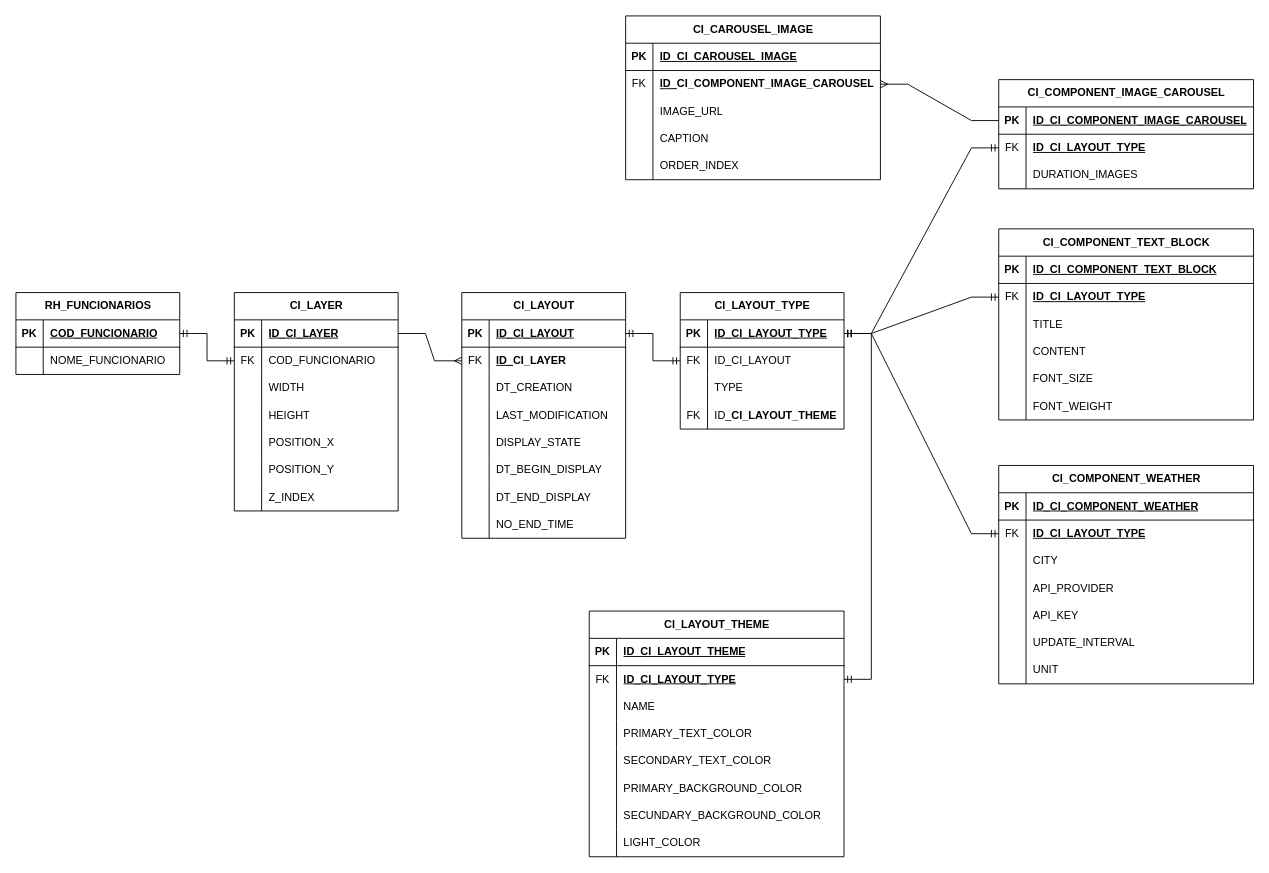
giovaniGuidetti/PHP_with_docker keeps this draw.io diagram as Diagrama_Publicidade_SEMAE.drawio. Above is the earlier version. Source tidied: cells renumbered, new cells numbered last; positions are measured from the earlier drawing's top-left corner, leaving out a move shared by most shapes. Both pictures are drawn from the tidied source at 91%, with x=0, y=0 at pixel (-40, 15).
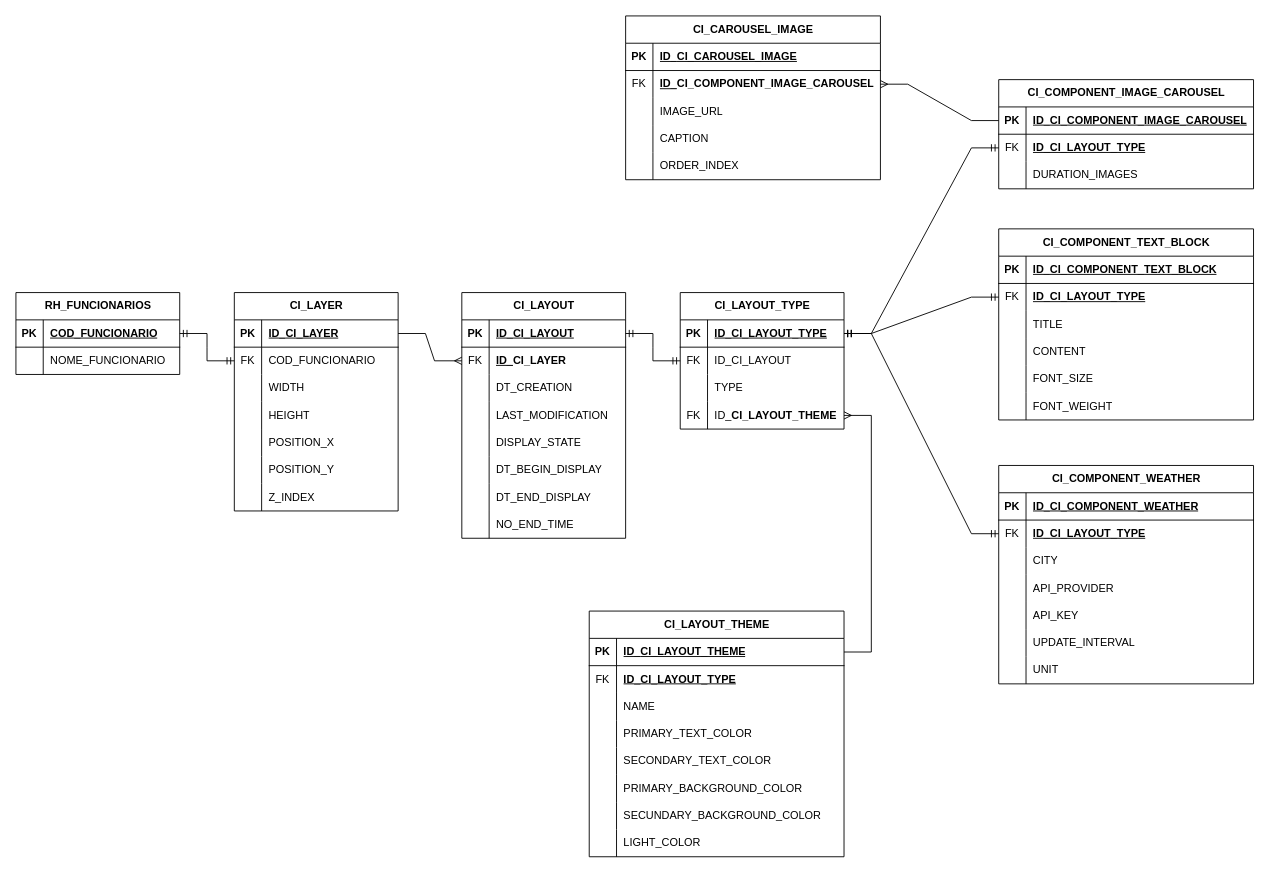
After the change.

Commit message (it also covers changes not shown here):
Correção de mudanças

The change refers to these unchanged cells:
```xml
<mxCell id="36" style="shape=tableRow;horizontal=0;startSize=0;swimlaneHead=0;swimlaneBody=0;fillColor=none;points=[[0,0.5],[1,0.5]];portConstraint=eastwest;top=0;left=0;right=0;bottom=1;" parent="35" vertex="1">
  <mxGeometry y="30" width="180" height="30" as="geometry" />
</mxCell>
<mxCell id="45" style="shape=tableRow;horizontal=0;startSize=0;swimlaneHead=0;swimlaneBody=0;fillColor=none;points=[[0,0.5],[1,0.5]];portConstraint=eastwest;top=0;left=0;right=0;bottom=0;" parent="35" vertex="1">
  <mxGeometry y="120" width="180" height="30" as="geometry" />
</mxCell>
<mxCell id="120" style="shape=tableRow;horizontal=0;startSize=0;swimlaneHead=0;swimlaneBody=0;fillColor=none;points=[[0,0.5],[1,0.5]];portConstraint=eastwest;top=0;left=0;right=0;bottom=1;" parent="119" vertex="1">
  <mxGeometry y="30" width="280" height="30" as="geometry" />
</mxCell>
<mxCell id="123" style="shape=tableRow;horizontal=0;startSize=0;swimlaneHead=0;swimlaneBody=0;fillColor=none;points=[[0,0.5],[1,0.5]];portConstraint=eastwest;top=0;left=0;right=0;bottom=0;" parent="119" vertex="1">
  <mxGeometry y="60" width="280" height="30" as="geometry" />
</mxCell>
```

The edit, as a diff of the source:
```diff
@@
-    <mxCell id="144" style="edgeStyle=entityRelationEdgeStyle;fontSize=12;html=1;endArrow=ERmandOne;startArrow=ERmandOne;rounded=0;entryX=1;entryY=0.5;entryDx=0;entryDy=0;exitX=1;exitY=0.5;exitDx=0;exitDy=0;" parent="1" edge="1" source="123" target="36">
-      <mxGeometry relative="1" as="geometry">
-        <Array as="points">
-          <mxPoint x="971" y="704" />
-          <mxPoint x="1021" y="734" />
-          <mxPoint x="931" y="644" />
-        </Array>
-      </mxGeometry>
-    </mxCell>
@@
+    <mxCell id="169" style="edgeStyle=entityRelationEdgeStyle;fontSize=12;html=1;endArrow=ERmany;rounded=0;entryX=1;entryY=0.5;entryDx=0;entryDy=0;exitX=1;exitY=0.5;exitDx=0;exitDy=0;" parent="1" edge="1" source="120" target="45">
+      <mxGeometry relative="1" as="geometry" />
+    </mxCell>
```
